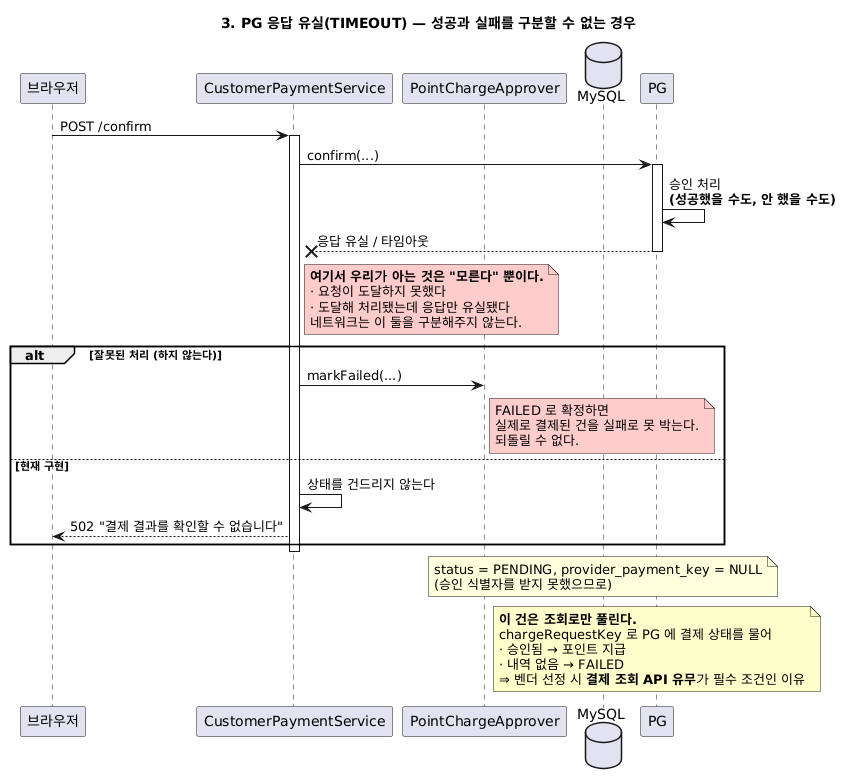
Before: docs/결제승인_관련_다이어그램/03-타임아웃.png, a diagram exported from PlantUML (softeerbootcamp-8th/WEB-Team7-Turkey).
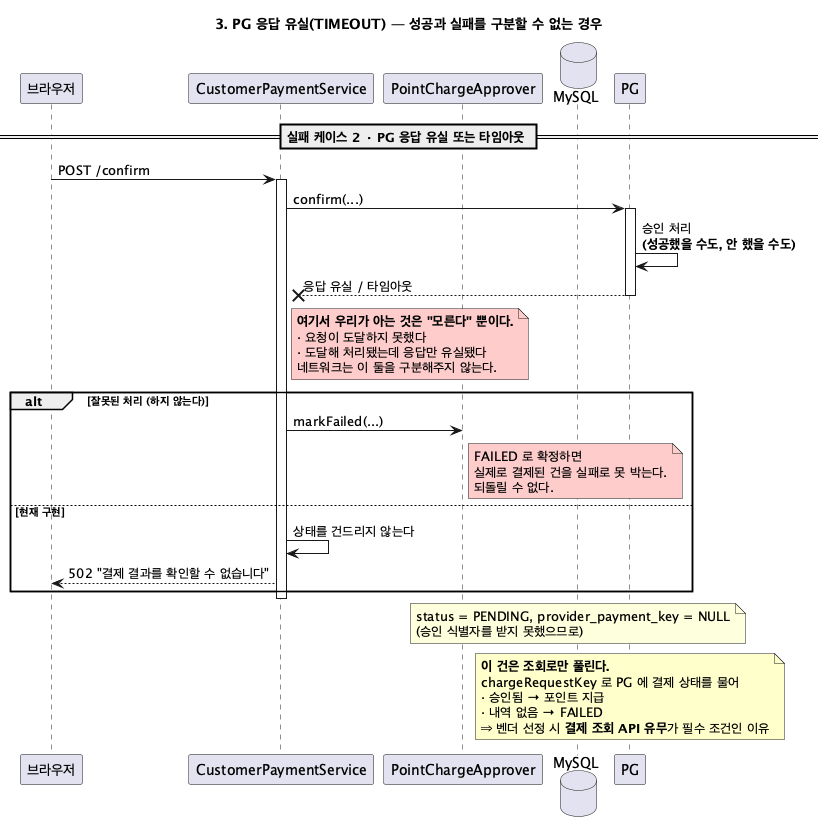
The same diagram one commit later.

Change to the diagram source:
```diff
@@ -7,6 +7,7 @@
 database "MySQL" as DB
 participant "PG" as PG
 
+== 실패 케이스 2 · PG 응답 유실 또는 타임아웃 ==
 B -> S: POST /confirm
 activate S
 S -> PG: confirm(...)
```
